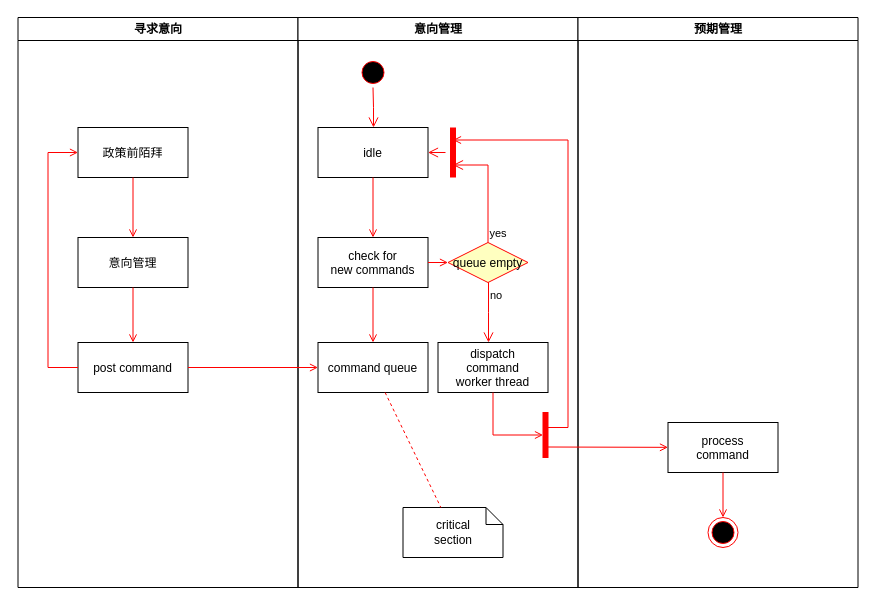
Before: 未命名绘图.drawio in evanzf/Home, a draw.io diagram. Source tidied: cells renumbered, new cells numbered last; positions are measured from the earlier drawing's top-left corner, leaving out a move shared by most shapes. Both pictures are drawn from the tidied source at 100%, with x=0, y=0 at pixel (17, 17).
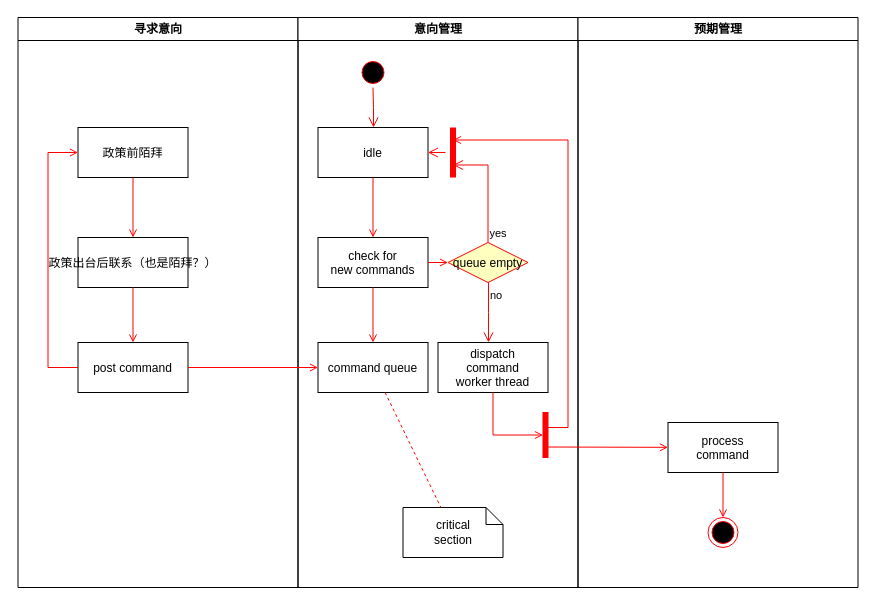
The same diagram, later.

Commit message:
更新未命名绘图.drawio

Unchanged cells that the change refers to:
```xml
<mxCell id="2" value="寻求意向" style="swimlane;whiteSpace=wrap;" parent="1" vertex="1">
  <mxGeometry x="0.5" width="280" height="570" as="geometry" />
</mxCell>
```

What changed in the source:
```diff
@@
-    <mxCell id="4" value="意向管理" parent="2" vertex="1">
+    <mxCell id="4" value="政策出台后联系（也是陌拜？）" parent="2" vertex="1">
       <mxGeometry x="60" y="220" width="110" height="50" as="geometry" />
     </mxCell>
```
